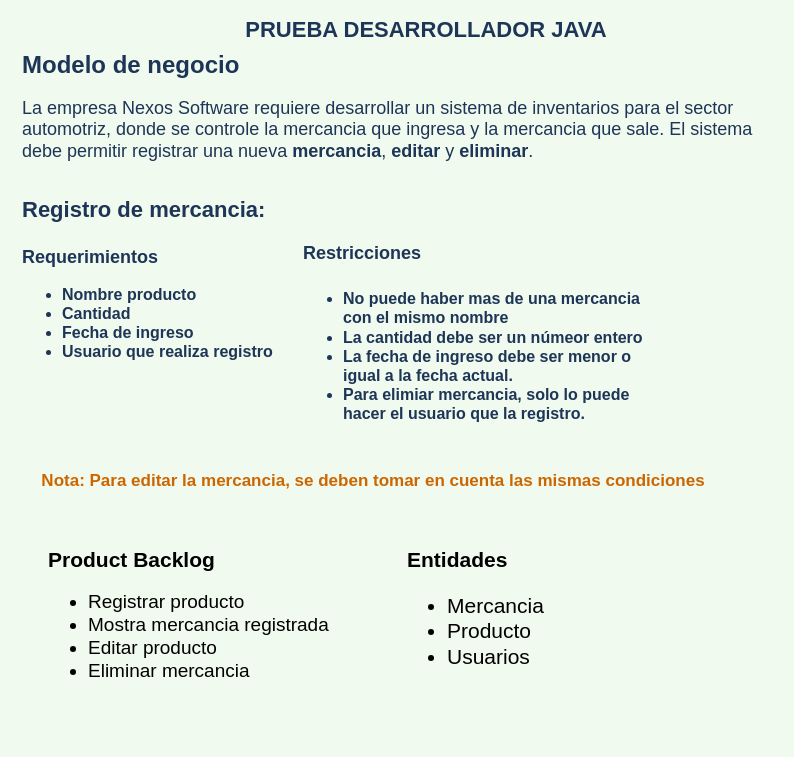
Earlier version of the draw.io diagram page "Reto" (1 of 4) of nexos.drawio (elverarroyave/challange_nexos). Source tidied: cells renumbered, new cells numbered last; positions are measured from the earlier drawing's top-left corner, leaving out a move shared by most shapes. Both pictures are drawn from the tidied source at 100%, with x=0, y=0 at pixel (17, 25).
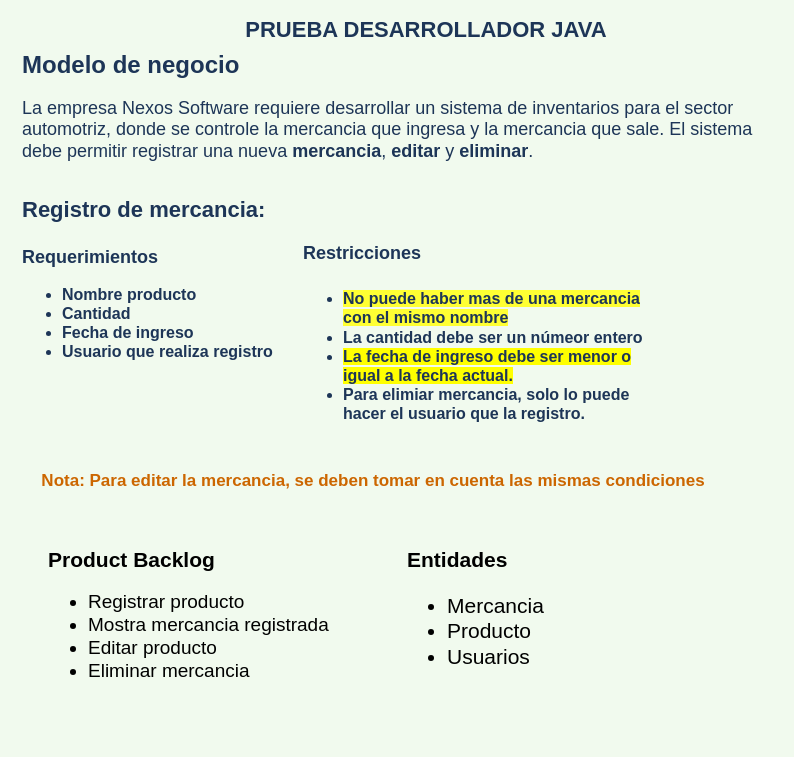
The same diagram, later.

Diff of the diagram source:
```diff
@@
 <mxGraphModel background="#F1FAEE">
   <root>
     <mxCell id="0" />
     <mxCell id="1" parent="0" />
     <mxCell id="2" value="&lt;b style=&quot;font-size: 22px;&quot;&gt;PRUEBA DESARROLLADOR JAVA&lt;/b&gt;" style="text;html=1;strokeColor=none;fillColor=none;align=center;verticalAlign=middle;whiteSpace=wrap;rounded=0;fontColor=#1D3557;fontSize=22;" parent="1" vertex="1">
       <mxGeometry x="216" width="386" height="10" as="geometry" />
     </mxCell>
     <mxCell id="3" value="&lt;h1 style=&quot;font-size: 24px&quot;&gt;&lt;font style=&quot;font-size: 24px&quot;&gt;Modelo de negocio&lt;/font&gt;&lt;/h1&gt;&lt;p style=&quot;font-size: 18px&quot;&gt;La empresa Nexos Software requiere desarrollar un sistema de inventarios para el sector automotriz, donde se controle la mercancia que ingresa y la mercancia que sale. El sistema debe permitir registrar una nueva &lt;b&gt;mercancia&lt;/b&gt;, &lt;b&gt;editar&lt;/b&gt; y &lt;b&gt;eliminar&lt;/b&gt;.&lt;/p&gt;" style="text;html=1;strokeColor=none;fillColor=none;spacing=5;spacingTop=-20;whiteSpace=wrap;overflow=hidden;rounded=0;sketch=0;fontSize=16;fontColor=#1D3557;" parent="1" vertex="1">
       <mxGeometry y="20" width="760" height="125" as="geometry" />
     </mxCell>
     <mxCell id="4" value="&lt;h1&gt;&lt;font style=&quot;font-size: 22px&quot;&gt;Registro de mercancia:&lt;/font&gt;&lt;/h1&gt;&lt;div&gt;&lt;font style=&quot;font-size: 18px&quot;&gt;&lt;b&gt;Requerimientos&lt;/b&gt;&lt;/font&gt;&lt;/div&gt;&lt;ul&gt;&lt;li&gt;&lt;b&gt;Nombre producto&lt;/b&gt;&lt;br&gt;&lt;/li&gt;&lt;li&gt;&lt;b&gt;Cantidad&lt;/b&gt;&lt;/li&gt;&lt;li&gt;&lt;b&gt;Fecha de ingreso&lt;/b&gt;&lt;/li&gt;&lt;li&gt;&lt;b&gt;Usuario que realiza registro&lt;/b&gt;&lt;/li&gt;&lt;/ul&gt;&lt;p&gt;&lt;/p&gt;" style="text;html=1;strokeColor=none;fillColor=none;spacing=5;spacingTop=-20;whiteSpace=wrap;overflow=hidden;rounded=0;sketch=0;fontSize=16;fontColor=#1D3557;" parent="1" vertex="1">
       <mxGeometry y="151" width="317" height="276" as="geometry" />
     </mxCell>
-    <mxCell id="5" value="&lt;h1&gt;&lt;b style=&quot;font-size: 18px&quot;&gt;Restricciones&lt;/b&gt;&lt;br&gt;&lt;/h1&gt;&lt;ul&gt;&lt;li&gt;&lt;b&gt;No puede haber mas de una mercancia con el mismo nombre&lt;/b&gt;&lt;/li&gt;&lt;li&gt;&lt;b&gt;La cantidad debe ser un númeor entero&lt;/b&gt;&lt;/li&gt;&lt;li&gt;&lt;b&gt;La fecha de ingreso debe ser menor o igual a la fecha actual.&lt;/b&gt;&lt;/li&gt;&lt;li&gt;&lt;b&gt;Para elimiar mercancia, solo lo puede hacer el usuario que la registro.&lt;/b&gt;&lt;/li&gt;&lt;/ul&gt;&lt;p&gt;&lt;/p&gt;" style="text;html=1;strokeColor=none;fillColor=none;spacing=5;spacingTop=-20;whiteSpace=wrap;overflow=hidden;rounded=0;sketch=0;fontSize=16;fontColor=#1D3557;" parent="1" vertex="1">
+    <mxCell id="5" value="&lt;h1&gt;&lt;b style=&quot;font-size: 18px&quot;&gt;Restricciones&lt;/b&gt;&lt;br&gt;&lt;/h1&gt;&lt;ul&gt;&lt;li&gt;&lt;b style=&quot;background-color: rgb(255 , 255 , 51)&quot;&gt;No puede haber mas de una mercancia con el mismo nombre&lt;/b&gt;&lt;/li&gt;&lt;li&gt;&lt;b&gt;La cantidad debe ser un númeor entero&lt;/b&gt;&lt;/li&gt;&lt;li&gt;&lt;b style=&quot;background-color: rgb(255 , 255 , 0)&quot;&gt;La fecha de ingreso debe ser menor o igual a la fecha actual.&lt;/b&gt;&lt;/li&gt;&lt;li&gt;&lt;b&gt;Para elimiar mercancia, solo lo puede hacer el usuario que la registro.&lt;/b&gt;&lt;/li&gt;&lt;/ul&gt;&lt;p&gt;&lt;/p&gt;" style="text;html=1;strokeColor=none;fillColor=none;spacing=5;spacingTop=-20;whiteSpace=wrap;overflow=hidden;rounded=0;sketch=0;fontSize=16;fontColor=#1D3557;" parent="1" vertex="1">
       <mxGeometry x="281" y="193" width="368" height="243" as="geometry" />
     </mxCell>
     <mxCell id="6" value="Nota: Para editar la mercancia, se deben tomar en cuenta las mismas condiciones" style="text;html=1;strokeColor=none;fillColor=none;align=center;verticalAlign=middle;whiteSpace=wrap;rounded=0;sketch=0;fontSize=17;fontStyle=1;fontColor=#CC6600;" parent="1" vertex="1">
       <mxGeometry x="14" y="446" width="684" height="20" as="geometry" />
     </mxCell>
     <mxCell id="7" value="&lt;h1 style=&quot;font-size: 21px&quot;&gt;&lt;font style=&quot;font-size: 21px&quot;&gt;Product Backlog&lt;/font&gt;&lt;/h1&gt;&lt;div style=&quot;font-size: 19px&quot;&gt;&lt;ul&gt;&lt;li&gt;&lt;font style=&quot;font-size: 19px&quot;&gt;Registrar producto&lt;/font&gt;&lt;/li&gt;&lt;li&gt;&lt;font style=&quot;font-size: 19px&quot;&gt;Mostra mercancia registrada&lt;/font&gt;&lt;/li&gt;&lt;li&gt;&lt;font style=&quot;font-size: 19px&quot;&gt;Editar producto&lt;/font&gt;&lt;/li&gt;&lt;li&gt;&lt;font style=&quot;font-size: 19px&quot;&gt;Eliminar mercancia&lt;/font&gt;&lt;/li&gt;&lt;/ul&gt;&lt;/div&gt;" style="text;html=1;strokeColor=none;fillColor=none;spacing=5;spacingTop=-20;whiteSpace=wrap;overflow=hidden;rounded=0;sketch=0;fontSize=21;fontColor=#000000;" parent="1" vertex="1">
       <mxGeometry x="26" y="518" width="294" height="197" as="geometry" />
     </mxCell>
     <mxCell id="8" value="&lt;h1 style=&quot;font-size: 21px&quot;&gt;Entidades&lt;/h1&gt;&lt;div&gt;&lt;ul&gt;&lt;li&gt;Mercancia&lt;/li&gt;&lt;li&gt;Producto&lt;/li&gt;&lt;li&gt;Usuarios&lt;/li&gt;&lt;/ul&gt;&lt;/div&gt;" style="text;html=1;strokeColor=none;fillColor=none;spacing=5;spacingTop=-20;whiteSpace=wrap;overflow=hidden;rounded=0;sketch=0;fontSize=21;fontColor=#000000;" parent="1" vertex="1">
       <mxGeometry x="385" y="518" width="294" height="197" as="geometry" />
     </mxCell>
   </root>
 </mxGraphModel>
```
